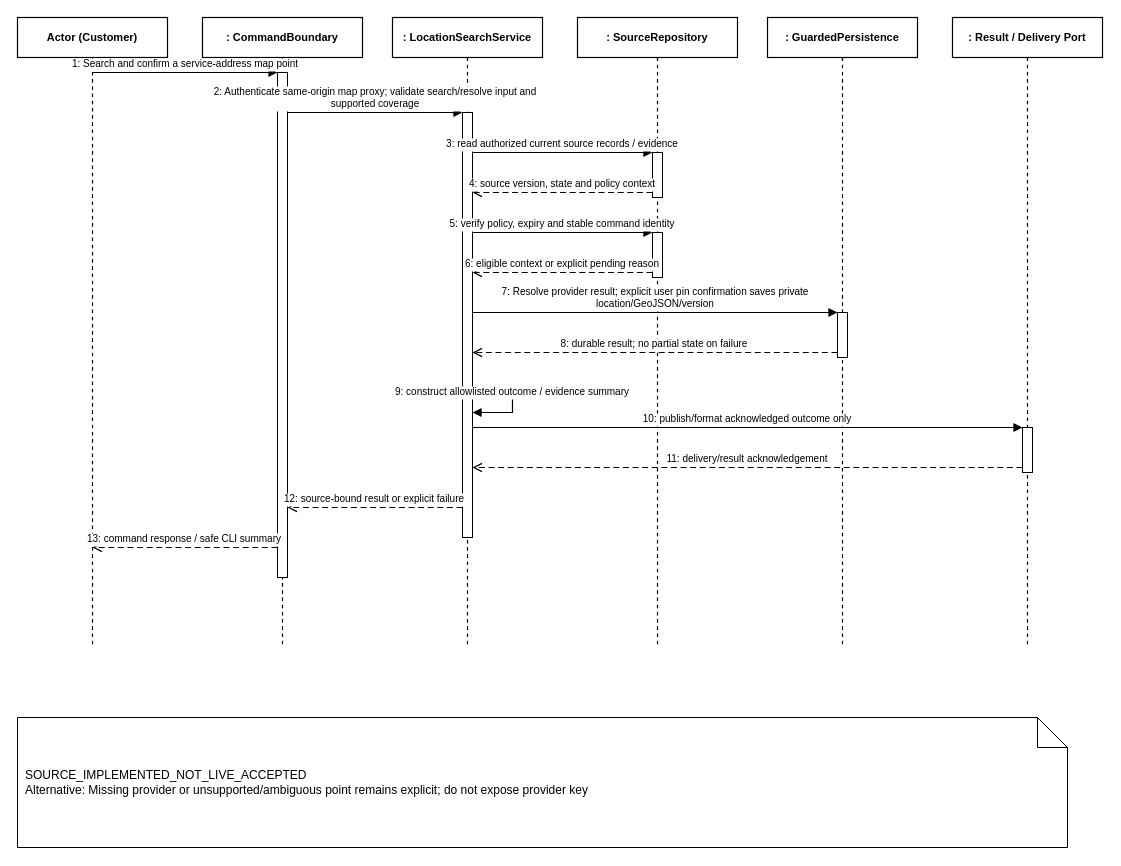
ngocthanhhx7/SEP490_G101_FALL2026 keeps this draw.io diagram as doc/reports/report4/sequence/map-01.drawio. Above is the earlier version. Source tidied: cells renumbered, new cells numbered last; positions are measured from the earlier drawing's top-left corner, leaving out a move shared by most shapes. Both pictures are drawn from the tidied source at 100%, with x=0, y=0 at pixel (17, 17).
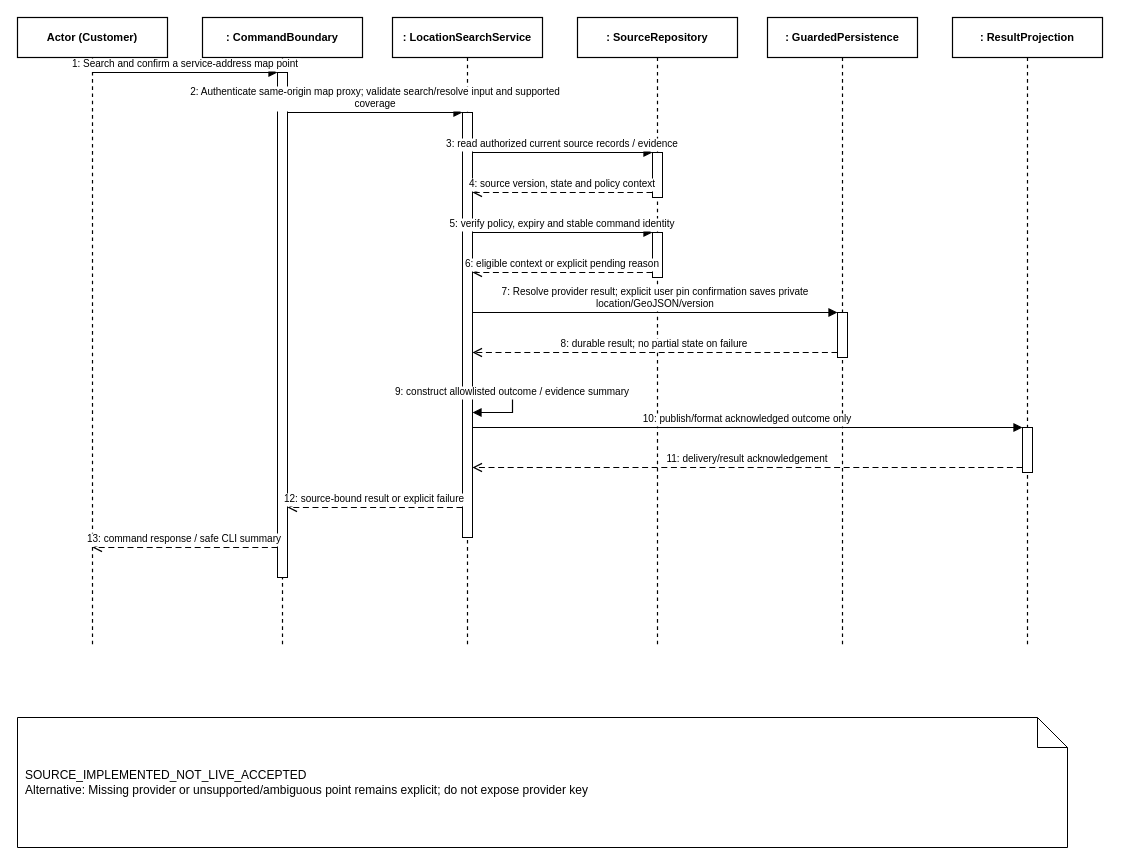
The same diagram, later.

Change to the diagram source:
```diff
@@
-    <mxCell id="7" value=": Result / Delivery Port" style="shape=umlLifeline;perimeter=lifelinePerimeter;whiteSpace=wrap;html=0;size=40;fillColor=#FFFFFF;strokeColor=#000000;strokeWidth=1.2;fontStyle=1;fontSize=11;align=center;" parent="1" vertex="1">
+    <mxCell id="7" value=": ResultProjection" style="shape=umlLifeline;perimeter=lifelinePerimeter;whiteSpace=wrap;html=0;size=40;fillColor=#FFFFFF;strokeColor=#000000;strokeWidth=1.2;fontStyle=1;fontSize=11;align=center;" parent="1" vertex="1">
       <mxGeometry x="935" width="150" height="630" as="geometry" />
     </mxCell>
@@
-    <mxCell id="15" value="2: Authenticate same-origin map proxy; validate search/resolve input and&#10;supported coverage" style="html=0;verticalAlign=bottom;endArrow=block;endFill=1;strokeColor=#000000;strokeWidth=1.2;fontSize=10;fontColor=#000000;edgeStyle=orthogonalEdgeStyle;rounded=0;" parent="1" edge="1">
+    <mxCell id="15" value="2: Authenticate same-origin map proxy; validate search/resolve input and supported&#10;coverage" style="html=0;verticalAlign=bottom;endArrow=block;endFill=1;strokeColor=#000000;strokeWidth=1.2;fontSize=10;fontColor=#000000;edgeStyle=orthogonalEdgeStyle;rounded=0;" parent="1" edge="1">
       <mxGeometry relative="1" as="geometry">
         <mxPoint x="270" y="95" as="sourcePoint" />
         <mxPoint x="445" y="95" as="targetPoint" />
       </mxGeometry>
     </mxCell>
```
